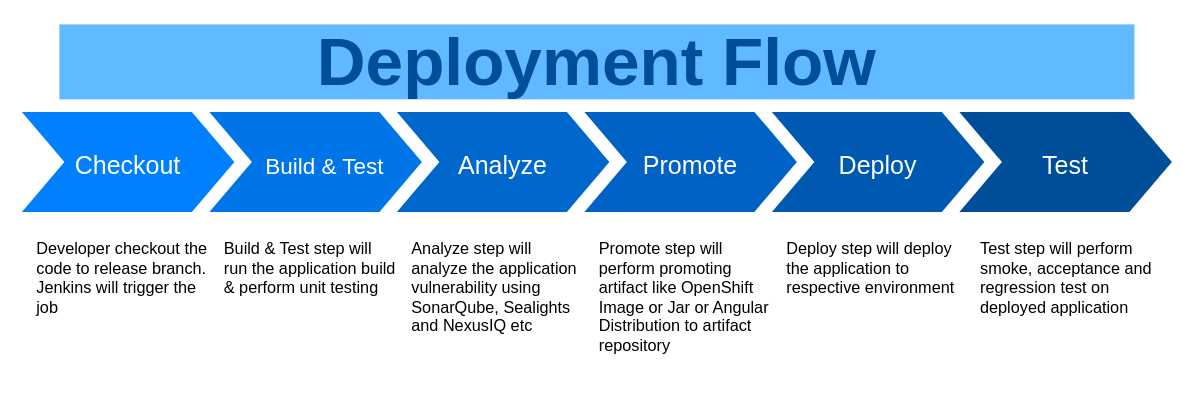
Earlier version of the draw.io diagram Untitled Diagram.drawio (jigneshadesara90/tdm-diagram). Source tidied: cells renumbered, new cells numbered last; positions are measured from the earlier drawing's top-left corner, leaving out a move shared by most shapes. Both pictures are drawn from the tidied source at 125%, with x=0, y=0 at pixel (21, 24).
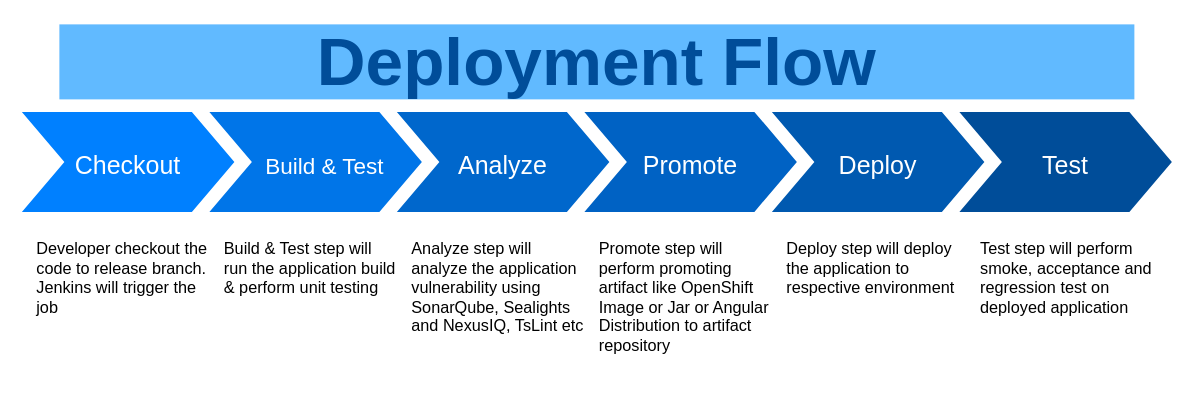
The same diagram, later.

Change to the diagram source:
```diff
@@
 <mxGraphModel>
   <root>
     <mxCell id="0" />
     <mxCell id="1" parent="0" />
     <mxCell id="2" value="&lt;font style=&quot;font-size: 20px;&quot;&gt;Checkout&lt;/font&gt;" style="shape=step;whiteSpace=wrap;html=1;fontSize=28;fillColor=#0080FF;fontColor=#FFFFFF;strokeColor=none;" parent="1" vertex="1">
       <mxGeometry y="70" width="170" height="80" as="geometry" />
     </mxCell>
     <mxCell id="3" value="&lt;font style=&quot;font-size: 18px;&quot;&gt;&amp;nbsp; &amp;nbsp;Build &amp;amp; Test&lt;/font&gt;" style="shape=step;whiteSpace=wrap;html=1;fontSize=28;fillColor=#0075E8;fontColor=#FFFFFF;strokeColor=none;align=center;" parent="1" vertex="1">
       <mxGeometry x="150" y="70" width="170" height="80" as="geometry" />
     </mxCell>
     <mxCell id="4" value="&lt;font style=&quot;font-size: 20px;&quot;&gt;Analyze&lt;/font&gt;" style="shape=step;whiteSpace=wrap;html=1;fontSize=28;fillColor=#0067CC;fontColor=#FFFFFF;strokeColor=none;" parent="1" vertex="1">
       <mxGeometry x="300" y="70" width="170" height="80" as="geometry" />
     </mxCell>
     <mxCell id="5" value="&lt;font style=&quot;font-size: 20px;&quot;&gt;Promote&lt;/font&gt;" style="shape=step;whiteSpace=wrap;html=1;fontSize=28;fillColor=#0062C4;fontColor=#FFFFFF;strokeColor=none;" parent="1" vertex="1">
       <mxGeometry x="450" y="70" width="170" height="80" as="geometry" />
     </mxCell>
     <mxCell id="6" value="&lt;font style=&quot;font-size: 20px;&quot;&gt;Deploy&lt;/font&gt;" style="shape=step;whiteSpace=wrap;html=1;fontSize=28;fillColor=#0059B0;fontColor=#FFFFFF;strokeColor=none;" parent="1" vertex="1">
       <mxGeometry x="600" y="70" width="170" height="80" as="geometry" />
     </mxCell>
     <mxCell id="7" value="&lt;font style=&quot;font-size: 20px;&quot;&gt;Test&lt;/font&gt;" style="shape=step;whiteSpace=wrap;html=1;fontSize=28;fillColor=#004D99;fontColor=#FFFFFF;strokeColor=none;" parent="1" vertex="1">
       <mxGeometry x="750" y="70" width="170" height="80" as="geometry" />
     </mxCell>
     <mxCell id="8" value="Deployment Flow" style="text;html=1;strokeColor=none;fillColor=#61BAFF;align=center;verticalAlign=middle;whiteSpace=wrap;fontSize=54;fontStyle=1;fontColor=#004D99;" parent="1" vertex="1">
       <mxGeometry x="30" width="860" height="60" as="geometry" />
     </mxCell>
     <mxCell id="9" value="&lt;font style=&quot;font-size: 13px;&quot;&gt;Developer checkout the code to release branch. Jenkins will trigger the job&lt;/font&gt;" style="text;spacingTop=-5;fillColor=#ffffff;whiteSpace=wrap;html=1;align=left;fontSize=12;fontFamily=Helvetica;fillColor=none;strokeColor=none;" parent="1" vertex="1">
       <mxGeometry x="10" y="170" width="140" height="120" as="geometry" />
     </mxCell>
     <mxCell id="10" value="&lt;font style=&quot;font-size: 13px;&quot;&gt;Build &amp;amp; Test step will run the application build &amp;amp; perform unit testing&lt;/font&gt;" style="text;spacingTop=-5;fillColor=#ffffff;whiteSpace=wrap;html=1;align=left;fontSize=12;fontFamily=Helvetica;fillColor=none;strokeColor=none;" parent="1" vertex="1">
       <mxGeometry x="160" y="170" width="140" height="120" as="geometry" />
     </mxCell>
-    <mxCell id="11" value="&lt;font style=&quot;font-size: 13px;&quot;&gt;Analyze step will analyze the application vulnerability using SonarQube, Sealights and NexusIQ etc&lt;/font&gt;" style="text;spacingTop=-5;fillColor=#ffffff;whiteSpace=wrap;html=1;align=left;fontSize=12;fontFamily=Helvetica;fillColor=none;strokeColor=none;" parent="1" vertex="1">
+    <mxCell id="11" value="&lt;font style=&quot;font-size: 13px;&quot;&gt;Analyze step will analyze the application vulnerability using SonarQube, Sealights and NexusIQ, TsLint etc&lt;/font&gt;" style="text;spacingTop=-5;fillColor=#ffffff;whiteSpace=wrap;html=1;align=left;fontSize=12;fontFamily=Helvetica;fillColor=none;strokeColor=none;" parent="1" vertex="1">
       <mxGeometry x="310" y="170" width="140" height="120" as="geometry" />
     </mxCell>
     <mxCell id="12" value="&lt;font style=&quot;font-size: 13px;&quot;&gt;Promote step will perform promoting artifact like OpenShift Image or Jar or Angular Distribution to artifact repository&lt;/font&gt;" style="text;spacingTop=-5;fillColor=#ffffff;whiteSpace=wrap;html=1;align=left;fontSize=12;fontFamily=Helvetica;fillColor=none;strokeColor=none;" parent="1" vertex="1">
       <mxGeometry x="460" y="170" width="140" height="120" as="geometry" />
     </mxCell>
     <mxCell id="13" value="&lt;font style=&quot;font-size: 13px;&quot;&gt;Deploy step will deploy the application to respective environment&lt;/font&gt;" style="text;spacingTop=-5;fillColor=#ffffff;whiteSpace=wrap;html=1;align=left;fontSize=12;fontFamily=Helvetica;fillColor=none;strokeColor=none;" parent="1" vertex="1">
       <mxGeometry x="610" y="170" width="140" height="120" as="geometry" />
     </mxCell>
     <mxCell id="14" value="&lt;font style=&quot;font-size: 13px;&quot;&gt;Test step will perform smoke, acceptance and regression test on deployed application&lt;/font&gt;" style="text;spacingTop=-5;fillColor=#ffffff;whiteSpace=wrap;html=1;align=left;fontSize=12;fontFamily=Helvetica;fillColor=none;strokeColor=none;" parent="1" vertex="1">
       <mxGeometry x="765" y="170" width="140" height="120" as="geometry" />
     </mxCell>
   </root>
 </mxGraphModel>
```
